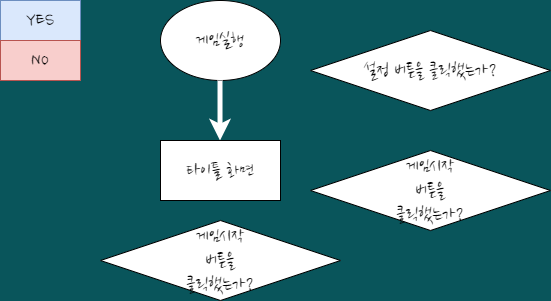
Before: gameplay_flowchat.drawio.png, a diagram exported from draw.io (kinesis19/stac_project_SME). Source tidied: cells renumbered, new cells last; positions are measured from the earlier drawing's top-left corner, leaving out a move shared by most shapes.
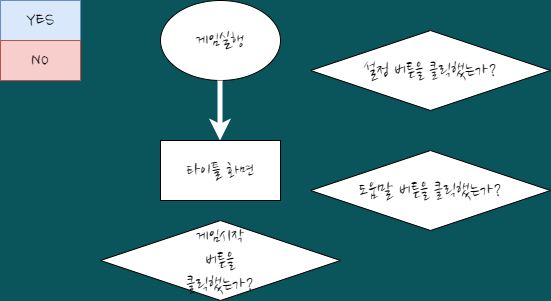
The same file after the commit.

The edit, as a diff of the source:
```diff
@@ -26,7 +26,7 @@
     <mxCell id="8" value="설정 버튼을 클릭했는가?" style="rhombus;whiteSpace=wrap;html=1;rounded=0;sketch=0;fontFamily=Nanum Brush Script;fontSource=https%3A%2F%2Ffonts.googleapis.com%2Fcss%3Ffamily%3DNanum%2BBrush%2BScript;fontSize=20;" parent="1" vertex="1">
       <mxGeometry x="310" y="30" width="240" height="80" as="geometry" />
     </mxCell>
-    <mxCell id="9" value="게임시작&lt;br&gt;버튼을&lt;br&gt;클릭했는가?" style="rhombus;whiteSpace=wrap;html=1;rounded=0;sketch=0;fontFamily=Nanum Brush Script;fontSource=https%3A%2F%2Ffonts.googleapis.com%2Fcss%3Ffamily%3DNanum%2BBrush%2BScript;fontSize=20;" parent="1" vertex="1">
+    <mxCell id="9" value="도움말 버튼을 클릭했는가?" style="rhombus;whiteSpace=wrap;html=1;rounded=0;sketch=0;fontFamily=Nanum Brush Script;fontSource=https%3A%2F%2Ffonts.googleapis.com%2Fcss%3Ffamily%3DNanum%2BBrush%2BScript;fontSize=20;" parent="1" vertex="1">
       <mxGeometry x="310" y="150" width="240" height="80" as="geometry" />
     </mxCell>
   </root>
```
